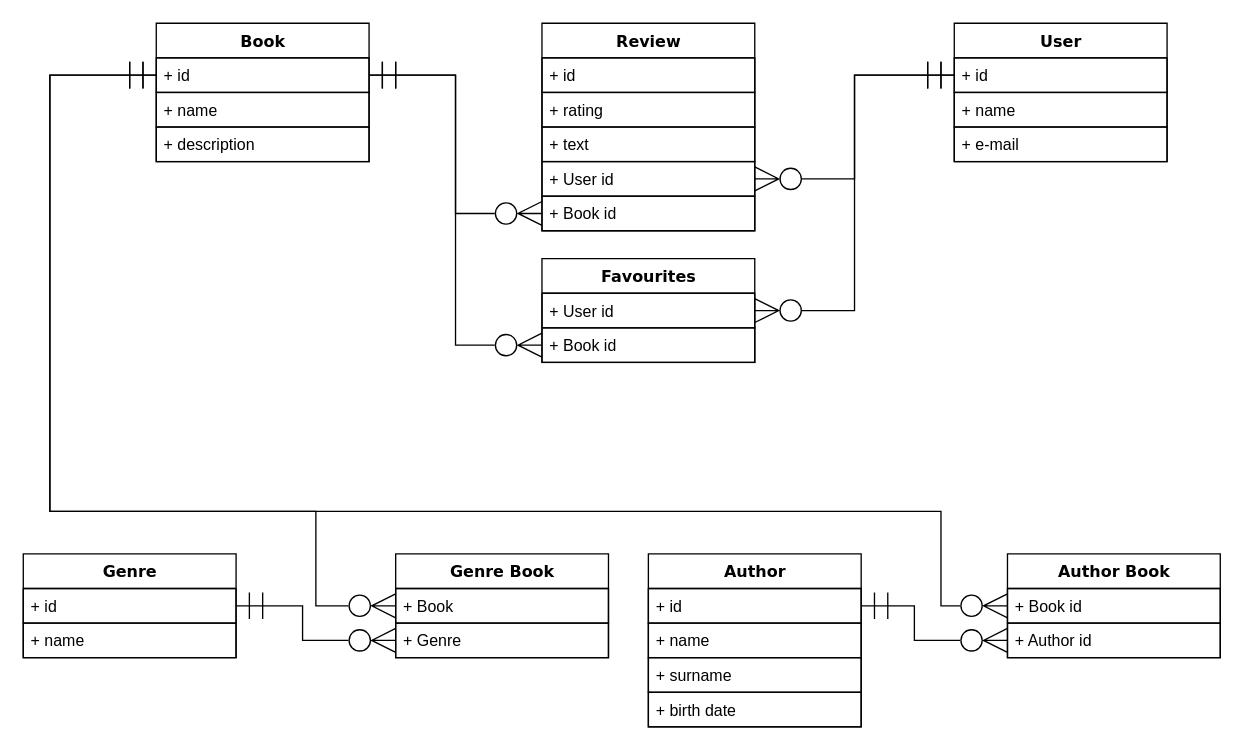
Before: bast.drawio in fake-era/bast, a draw.io diagram. Source tidied: cells renumbered, new cells numbered last; positions are measured from the earlier drawing's top-left corner, leaving out a move shared by most shapes. Both pictures are drawn from the tidied source at 133%, with x=0, y=0 at pixel (23, 23).
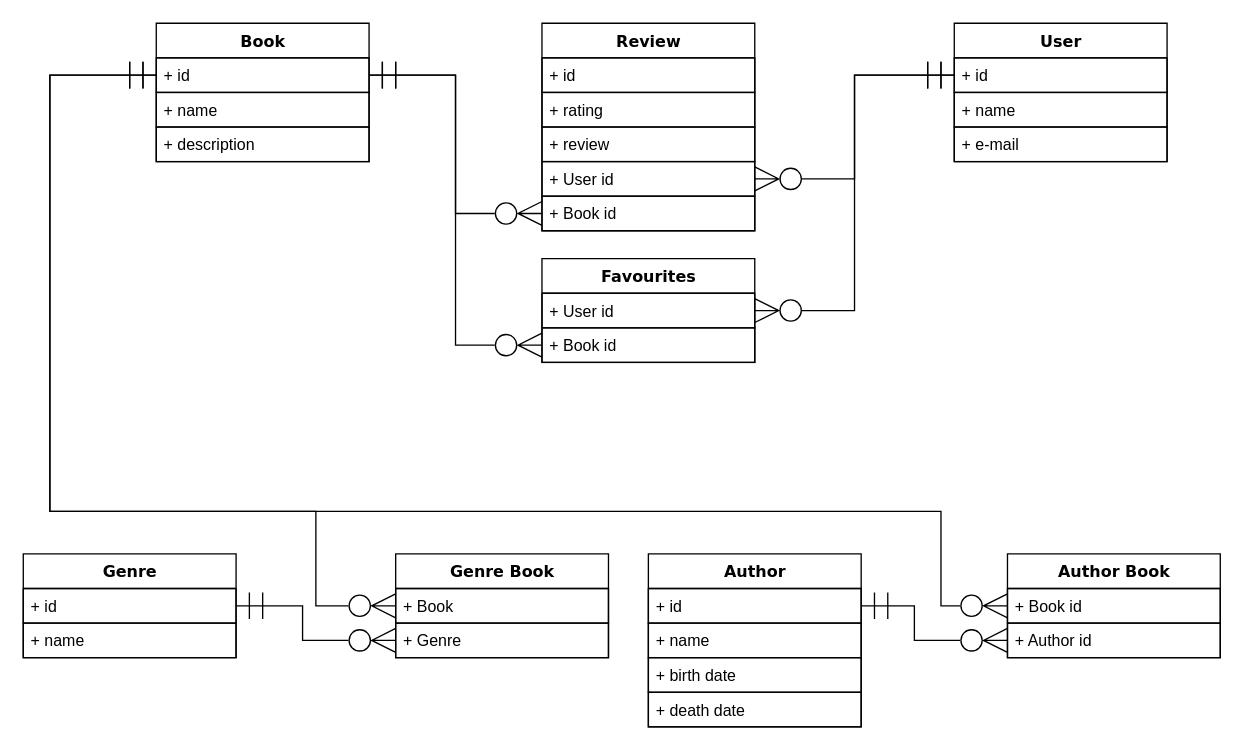
The same page after the edit.

The change refers to these unchanged cells:
```xml
<mxCell id="6" value="Review" style="swimlane;html=1;fontStyle=1;align=center;verticalAlign=top;horizontal=1;startSize=26;swimlaneFillColor=#ffffff;rounded=0;shadow=0;comic=0;labelBackgroundColor=none;strokeWidth=1;fillColor=none;fontFamily=Verdana;fontSize=12;" parent="1" vertex="1">
  <mxGeometry x="390" width="160" height="156" as="geometry" />
</mxCell>
<mxCell id="22" value="Author" style="swimlane;html=1;fontStyle=1;align=center;verticalAlign=top;horizontal=1;startSize=26;swimlaneFillColor=#ffffff;rounded=0;shadow=0;comic=0;labelBackgroundColor=none;strokeWidth=1;fillColor=none;fontFamily=Verdana;fontSize=12;" parent="1" vertex="1">
  <mxGeometry x="470" y="399" width="160" height="130" as="geometry" />
</mxCell>
```

Diff of the diagram source:
```diff
@@
-    <mxCell id="9" value="+ text" style="text;html=1;strokeColor=default;fillColor=none;align=left;verticalAlign=top;spacingLeft=4;spacingRight=4;whiteSpace=wrap;overflow=hidden;" parent="6" vertex="1">
+    <mxCell id="9" value="+ review" style="text;html=1;strokeColor=default;fillColor=none;align=left;verticalAlign=top;spacingLeft=4;spacingRight=4;whiteSpace=wrap;overflow=hidden;" parent="6" vertex="1">
       <mxGeometry y="78" width="160" height="26" as="geometry" />
     </mxCell>
@@
+    <mxCell id="26" value="+ birth date" style="text;html=1;strokeColor=default;fillColor=none;align=left;verticalAlign=top;spacingLeft=4;spacingRight=4;whiteSpace=wrap;overflow=hidden;" parent="22" vertex="1">
+      <mxGeometry y="78" width="160" height="26" as="geometry" />
+    </mxCell>
-    <mxCell id="25" value="+ surname" style="text;html=1;strokeColor=default;fillColor=none;align=left;verticalAlign=top;spacingLeft=4;spacingRight=4;whiteSpace=wrap;overflow=hidden;" parent="22" vertex="1">
-      <mxGeometry y="78" width="160" height="26" as="geometry" />
+    <mxCell id="25" value="+ death date" style="text;html=1;strokeColor=default;fillColor=none;align=left;verticalAlign=top;spacingLeft=4;spacingRight=4;whiteSpace=wrap;overflow=hidden;" parent="22" vertex="1">
+      <mxGeometry y="104" width="160" height="26" as="geometry" />
     </mxCell>
-    <mxCell id="26" value="+ birth date" style="text;html=1;strokeColor=default;fillColor=none;align=left;verticalAlign=top;spacingLeft=4;spacingRight=4;whiteSpace=wrap;overflow=hidden;" parent="22" vertex="1">
-      <mxGeometry y="104" width="160" height="26" as="geometry" />
-    </mxCell>
```
